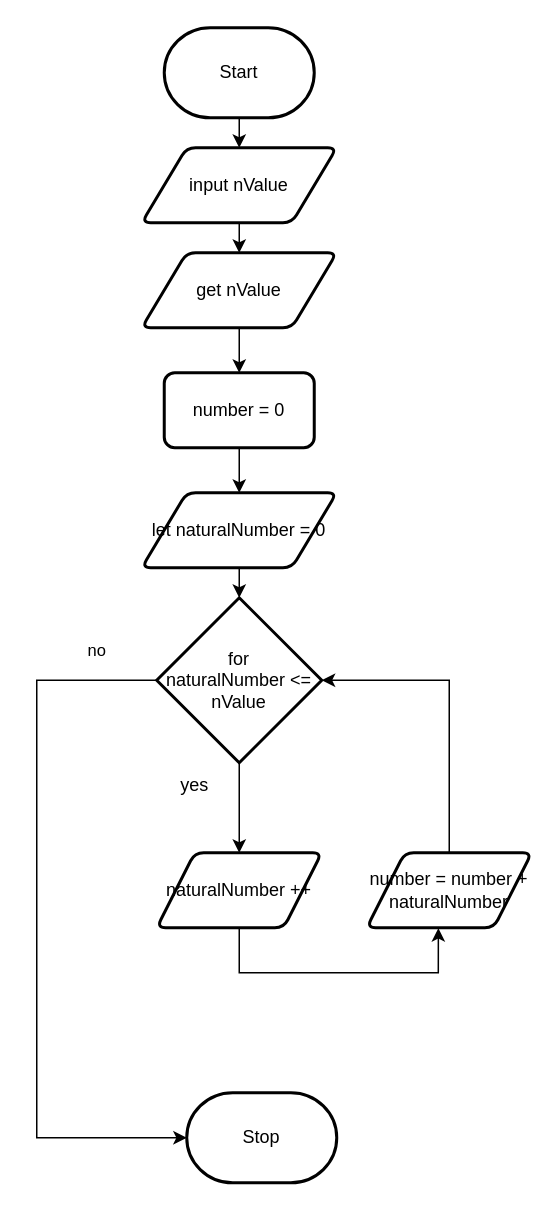
This is design/flowchart.drawio from MTHS-ICD2O-1-2024/ICD2O-Unit-5-07-Domenic-dangelo, a draw.io file, before an edit. Source tidied: cells renumbered, new cells numbered last; positions are measured from the earlier drawing's top-left corner, leaving out a move shared by most shapes. Both pictures are drawn from the tidied source at 150%, with x=0, y=0 at pixel (36, 27).
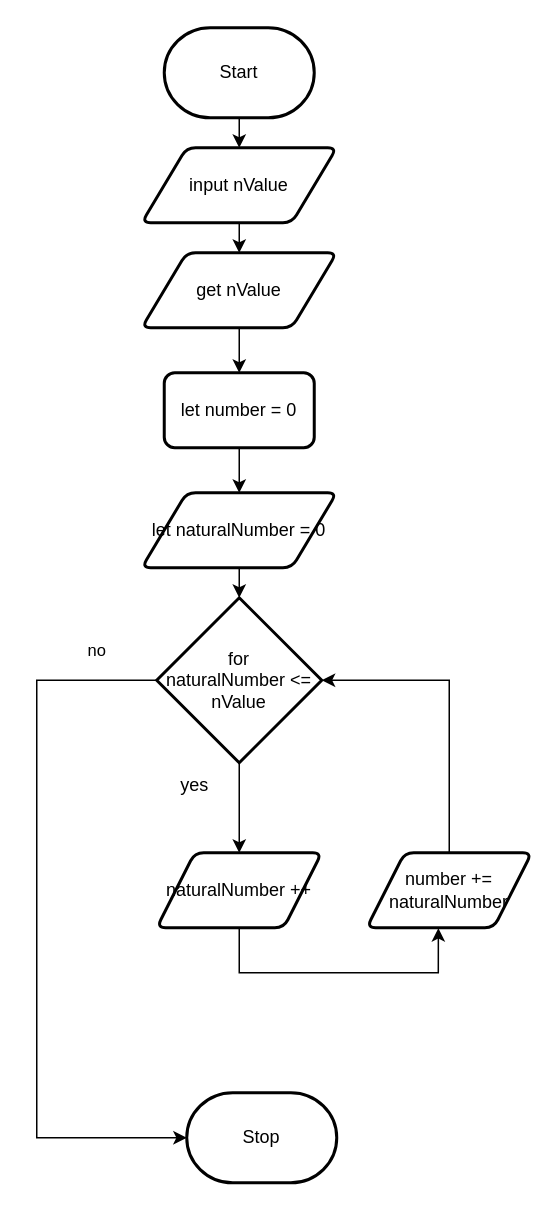
The same diagram, later.

Change to the diagram source:
```diff
@@
-    <mxCell id="10" value="number = 0" style="rounded=1;whiteSpace=wrap;html=1;absoluteArcSize=1;arcSize=14;strokeWidth=2;" parent="1" vertex="1">
+    <mxCell id="10" value="let number = 0" style="rounded=1;whiteSpace=wrap;html=1;absoluteArcSize=1;arcSize=14;strokeWidth=2;" parent="1" vertex="1">
       <mxGeometry x="85" y="230" width="100" height="50" as="geometry" />
     </mxCell>
@@
-    <mxCell id="16" value="number = number + naturalNumber" style="shape=parallelogram;html=1;strokeWidth=2;perimeter=parallelogramPerimeter;whiteSpace=wrap;rounded=1;arcSize=12;size=0.23;" parent="1" vertex="1">
+    <mxCell id="16" value="number += naturalNumber" style="shape=parallelogram;html=1;strokeWidth=2;perimeter=parallelogramPerimeter;whiteSpace=wrap;rounded=1;arcSize=12;size=0.23;" parent="1" vertex="1">
       <mxGeometry x="220" y="550" width="110" height="50" as="geometry" />
     </mxCell>
```
